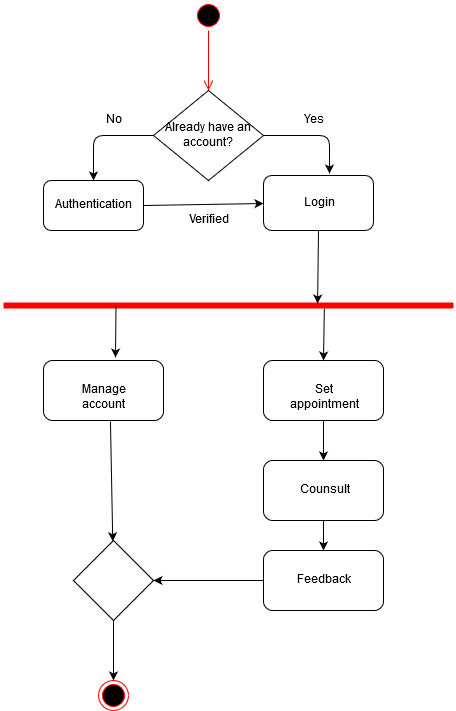
Above: functional/activity_diagrams/AD for student level 0.png in Ghazal-Rezaei/se_lab (draw.io), before the change. Source tidied: cells renumbered, new cells last; positions are measured from the earlier drawing's top-left corner, leaving out a move shared by most shapes. The source it was exported from:
```xml
<mxGraphModel>
  <root>
    <mxCell id="0" />
    <mxCell id="1" parent="0" />
    <mxCell id="2" style="ellipse;html=1;shape=startState;fillColor=#000000;strokeColor=#ff0000;" parent="1" vertex="1">
      <mxGeometry x="190" width="30" height="30" as="geometry" />
    </mxCell>
    <mxCell id="3" style="edgeStyle=orthogonalEdgeStyle;html=1;verticalAlign=bottom;endArrow=open;endSize=8;strokeColor=#ff0000;" parent="1" edge="1" source="2">
      <mxGeometry relative="1" as="geometry">
        <mxPoint x="205" y="90" as="targetPoint" />
      </mxGeometry>
    </mxCell>
    <mxCell id="4" value="Already have an account?" style="rhombus;whiteSpace=wrap;html=1;" parent="1" vertex="1">
      <mxGeometry x="150" y="90" width="110" height="90" as="geometry" />
    </mxCell>
    <mxCell id="5" value="Authentication" style="rounded=1;whiteSpace=wrap;html=1;" parent="1" vertex="1">
      <mxGeometry x="40" y="180" width="100" height="50" as="geometry" />
    </mxCell>
    <mxCell id="6" value="Login" style="rounded=1;whiteSpace=wrap;html=1;" parent="1" vertex="1">
      <mxGeometry x="260" y="175" width="110" height="55" as="geometry" />
    </mxCell>
    <mxCell id="7" style="endArrow=classic;html=1;exitX=0;exitY=0.5;exitDx=0;exitDy=0;entryX=0.5;entryY=0;entryDx=0;entryDy=0;" parent="1" edge="1" source="4" target="5">
      <mxGeometry relative="1" as="geometry">
        <Array as="points">
          <mxPoint x="90" y="135" />
        </Array>
      </mxGeometry>
    </mxCell>
    <mxCell id="8" style="endArrow=classic;html=1;exitX=1;exitY=0.5;exitDx=0;exitDy=0;entryX=0.6;entryY=-0.036;entryDx=0;entryDy=0;entryPerimeter=0;" parent="1" edge="1" source="4" target="6">
      <mxGeometry relative="1" as="geometry">
        <Array as="points">
          <mxPoint x="326" y="135" />
        </Array>
      </mxGeometry>
    </mxCell>
    <mxCell id="9" value="No" style="text;html=1;strokeColor=none;fillColor=none;align=center;verticalAlign=middle;whiteSpace=wrap;rounded=0;" parent="1" vertex="1">
      <mxGeometry x="90" y="110" width="40" height="20" as="geometry" />
    </mxCell>
    <mxCell id="10" value="Yes" style="text;html=1;strokeColor=none;fillColor=none;align=center;verticalAlign=middle;whiteSpace=wrap;rounded=0;" parent="1" vertex="1">
      <mxGeometry x="290" y="110" width="40" height="20" as="geometry" />
    </mxCell>
    <mxCell id="11" style="endArrow=classic;html=1;exitX=1;exitY=0.5;exitDx=0;exitDy=0;" parent="1" edge="1" source="5">
      <mxGeometry relative="1" as="geometry">
        <mxPoint x="260" y="203" as="targetPoint" />
      </mxGeometry>
    </mxCell>
    <mxCell id="12" value="Verified" style="text;html=1;strokeColor=none;fillColor=none;align=center;verticalAlign=middle;whiteSpace=wrap;rounded=0;" parent="1" vertex="1">
      <mxGeometry x="185" y="210" width="40" height="20" as="geometry" />
    </mxCell>
    <mxCell id="13" style="shape=line;html=1;strokeWidth=6;strokeColor=#ff0000;" parent="1" vertex="1">
      <mxGeometry y="300" width="450" height="10" as="geometry" />
    </mxCell>
    <mxCell id="14" value="Manage account" style="rounded=1;whiteSpace=wrap;html=1;" parent="1" vertex="1">
      <mxGeometry x="40" y="360" width="120" height="60" as="geometry" />
    </mxCell>
    <mxCell id="15" style="edgeStyle=orthogonalEdgeStyle;rounded=0;jettySize=auto;html=1;" parent="1" edge="1" source="16" target="21">
      <mxGeometry relative="1" as="geometry" />
    </mxCell>
    <mxCell id="16" value="Set appointment" style="rounded=1;whiteSpace=wrap;html=1;" parent="1" vertex="1">
      <mxGeometry x="260" y="360" width="120" height="60" as="geometry" />
    </mxCell>
    <mxCell id="17" style="endArrow=classic;html=1;exitX=0.5;exitY=1;exitDx=0;exitDy=0;entryX=0.698;entryY=0.3;entryDx=0;entryDy=0;entryPerimeter=0;" parent="1" edge="1" source="6" target="13">
      <mxGeometry relative="1" as="geometry" />
    </mxCell>
    <mxCell id="18" style="endArrow=classic;html=1;exitX=0.25;exitY=0.5;exitDx=0;exitDy=0;exitPerimeter=0;entryX=0.6;entryY=-0.05;entryDx=0;entryDy=0;entryPerimeter=0;" parent="1" edge="1" source="13" target="14">
      <mxGeometry relative="1" as="geometry" />
    </mxCell>
    <mxCell id="19" style="endArrow=classic;html=1;exitX=0.713;exitY=0.8;exitDx=0;exitDy=0;exitPerimeter=0;entryX=0.5;entryY=0;entryDx=0;entryDy=0;" parent="1" edge="1" source="13" target="16">
      <mxGeometry relative="1" as="geometry" />
    </mxCell>
    <mxCell id="20" style="edgeStyle=orthogonalEdgeStyle;rounded=0;jettySize=auto;html=1;" parent="1" edge="1" source="21" target="22">
      <mxGeometry relative="1" as="geometry" />
    </mxCell>
    <mxCell id="21" value="Counsult" style="rounded=1;whiteSpace=wrap;html=1;" parent="1" vertex="1">
      <mxGeometry x="260" y="460" width="120" height="60" as="geometry" />
    </mxCell>
    <mxCell id="22" value="Feedback" style="rounded=1;whiteSpace=wrap;html=1;" parent="1" vertex="1">
      <mxGeometry x="260" y="550" width="120" height="60" as="geometry" />
    </mxCell>
    <mxCell id="23" style="edgeStyle=orthogonalEdgeStyle;rounded=0;jettySize=auto;html=1;" parent="1" edge="1" source="24" target="27">
      <mxGeometry relative="1" as="geometry" />
    </mxCell>
    <mxCell id="24" style="rhombus;whiteSpace=wrap;html=1;" parent="1" vertex="1">
      <mxGeometry x="70" y="540" width="80" height="80" as="geometry" />
    </mxCell>
    <mxCell id="25" style="endArrow=classic;html=1;exitX=0.558;exitY=1.017;exitDx=0;exitDy=0;exitPerimeter=0;" parent="1" edge="1" source="14" target="24">
      <mxGeometry relative="1" as="geometry" />
    </mxCell>
    <mxCell id="26" style="endArrow=classic;html=1;exitX=0;exitY=0.5;exitDx=0;exitDy=0;entryX=1;entryY=0.5;entryDx=0;entryDy=0;" parent="1" edge="1" source="22" target="24">
      <mxGeometry relative="1" as="geometry" />
    </mxCell>
    <mxCell id="27" style="ellipse;html=1;shape=endState;fillColor=#000000;strokeColor=#ff0000;" parent="1" vertex="1">
      <mxGeometry x="95" y="680" width="30" height="30" as="geometry" />
    </mxCell>
  </root>
</mxGraphModel>
```
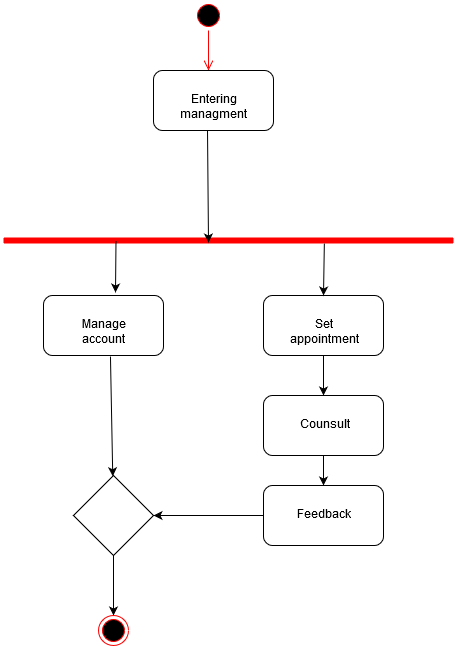
Above is the later version.

What changed in the source:
```diff
@@ -3,50 +3,13 @@
     <mxCell id="0" />
     <mxCell id="1" parent="0" />
     <mxCell id="2" style="ellipse;html=1;shape=startState;fillColor=#000000;strokeColor=#ff0000;" parent="1" vertex="1">
-      <mxGeometry x="190" width="30" height="30" as="geometry" />
+      <mxGeometry x="190" y="65" width="30" height="30" as="geometry" />
     </mxCell>
     <mxCell id="3" style="edgeStyle=orthogonalEdgeStyle;html=1;verticalAlign=bottom;endArrow=open;endSize=8;strokeColor=#ff0000;" parent="1" edge="1" source="2">
       <mxGeometry relative="1" as="geometry">
-        <mxPoint x="205" y="90" as="targetPoint" />
+        <mxPoint x="205" y="135" as="targetPoint" />
       </mxGeometry>
     </mxCell>
-    <mxCell id="4" value="Already have an account?" style="rhombus;whiteSpace=wrap;html=1;" parent="1" vertex="1">
-      <mxGeometry x="150" y="90" width="110" height="90" as="geometry" />
-    </mxCell>
-    <mxCell id="5" value="Authentication" style="rounded=1;whiteSpace=wrap;html=1;" parent="1" vertex="1">
-      <mxGeometry x="40" y="180" width="100" height="50" as="geometry" />
-    </mxCell>
-    <mxCell id="6" value="Login" style="rounded=1;whiteSpace=wrap;html=1;" parent="1" vertex="1">
-      <mxGeometry x="260" y="175" width="110" height="55" as="geometry" />
-    </mxCell>
-    <mxCell id="7" style="endArrow=classic;html=1;exitX=0;exitY=0.5;exitDx=0;exitDy=0;entryX=0.5;entryY=0;entryDx=0;entryDy=0;" parent="1" edge="1" source="4" target="5">
-      <mxGeometry relative="1" as="geometry">
-        <Array as="points">
-          <mxPoint x="90" y="135" />
-        </Array>
-      </mxGeometry>
-    </mxCell>
-    <mxCell id="8" style="endArrow=classic;html=1;exitX=1;exitY=0.5;exitDx=0;exitDy=0;entryX=0.6;entryY=-0.036;entryDx=0;entryDy=0;entryPerimeter=0;" parent="1" edge="1" source="4" target="6">
-      <mxGeometry relative="1" as="geometry">
-        <Array as="points">
-          <mxPoint x="326" y="135" />
-        </Array>
-      </mxGeometry>
-    </mxCell>
-    <mxCell id="9" value="No" style="text;html=1;strokeColor=none;fillColor=none;align=center;verticalAlign=middle;whiteSpace=wrap;rounded=0;" parent="1" vertex="1">
-      <mxGeometry x="90" y="110" width="40" height="20" as="geometry" />
-    </mxCell>
-    <mxCell id="10" value="Yes" style="text;html=1;strokeColor=none;fillColor=none;align=center;verticalAlign=middle;whiteSpace=wrap;rounded=0;" parent="1" vertex="1">
-      <mxGeometry x="290" y="110" width="40" height="20" as="geometry" />
-    </mxCell>
-    <mxCell id="11" style="endArrow=classic;html=1;exitX=1;exitY=0.5;exitDx=0;exitDy=0;" parent="1" edge="1" source="5">
-      <mxGeometry relative="1" as="geometry">
-        <mxPoint x="260" y="203" as="targetPoint" />
-      </mxGeometry>
-    </mxCell>
-    <mxCell id="12" value="Verified" style="text;html=1;strokeColor=none;fillColor=none;align=center;verticalAlign=middle;whiteSpace=wrap;rounded=0;" parent="1" vertex="1">
-      <mxGeometry x="185" y="210" width="40" height="20" as="geometry" />
-    </mxCell>
     <mxCell id="13" style="shape=line;html=1;strokeWidth=6;strokeColor=#ff0000;" parent="1" vertex="1">
       <mxGeometry y="300" width="450" height="10" as="geometry" />
     </mxCell>
@@ -59,8 +22,10 @@
     <mxCell id="16" value="Set appointment" style="rounded=1;whiteSpace=wrap;html=1;" parent="1" vertex="1">
       <mxGeometry x="260" y="360" width="120" height="60" as="geometry" />
     </mxCell>
-    <mxCell id="17" style="endArrow=classic;html=1;exitX=0.5;exitY=1;exitDx=0;exitDy=0;entryX=0.698;entryY=0.3;entryDx=0;entryDy=0;entryPerimeter=0;" parent="1" edge="1" source="6" target="13">
-      <mxGeometry relative="1" as="geometry" />
+    <mxCell id="17" style="endArrow=classic;html=1;exitX=0.45;exitY=0.983;exitDx=0;exitDy=0;exitPerimeter=0;" parent="1" edge="1" source="28">
+      <mxGeometry relative="1" as="geometry">
+        <mxPoint x="205" y="307" as="targetPoint" />
+      </mxGeometry>
     </mxCell>
     <mxCell id="18" style="endArrow=classic;html=1;exitX=0.25;exitY=0.5;exitDx=0;exitDy=0;exitPerimeter=0;entryX=0.6;entryY=-0.05;entryDx=0;entryDy=0;entryPerimeter=0;" parent="1" edge="1" source="13" target="14">
       <mxGeometry relative="1" as="geometry" />
@@ -92,5 +57,8 @@
     <mxCell id="27" style="ellipse;html=1;shape=endState;fillColor=#000000;strokeColor=#ff0000;" parent="1" vertex="1">
       <mxGeometry x="95" y="680" width="30" height="30" as="geometry" />
     </mxCell>
+    <mxCell id="28" value="Entering managment" style="rounded=1;whiteSpace=wrap;html=1;" parent="1" vertex="1">
+      <mxGeometry x="150" y="135" width="120" height="60" as="geometry" />
+    </mxCell>
   </root>
 </mxGraphModel>
```
